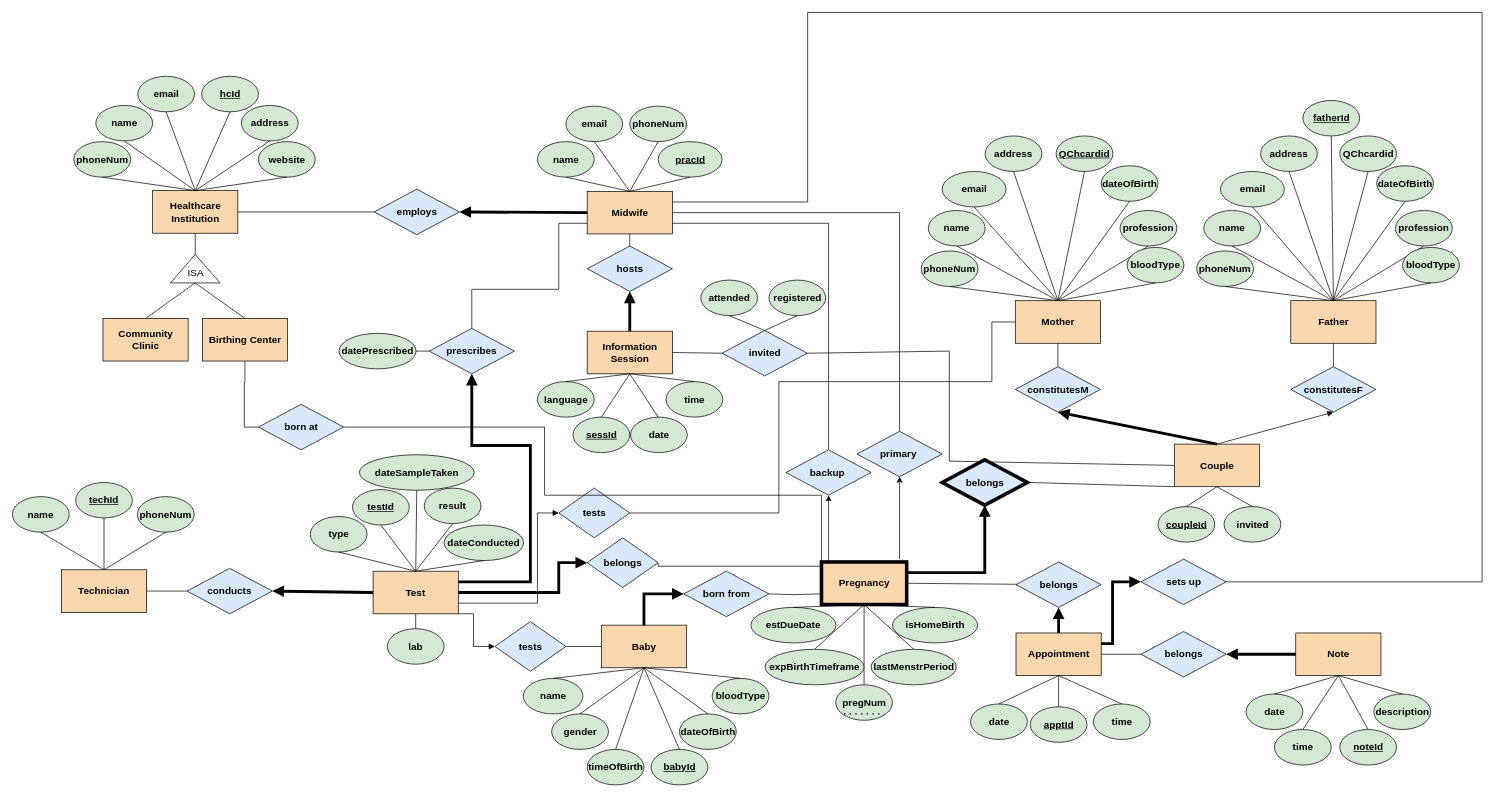
This is p1/ER.drawio from YazdanZ/McGill-COMP421-Project, a draw.io file, before an edit. Source tidied: cells renumbered, new cells numbered last; positions are measured from the earlier drawing's top-left corner, leaving out a move shared by most shapes. Both pictures are drawn from the tidied source at 71%, with x=0, y=0 at pixel (12, 12).
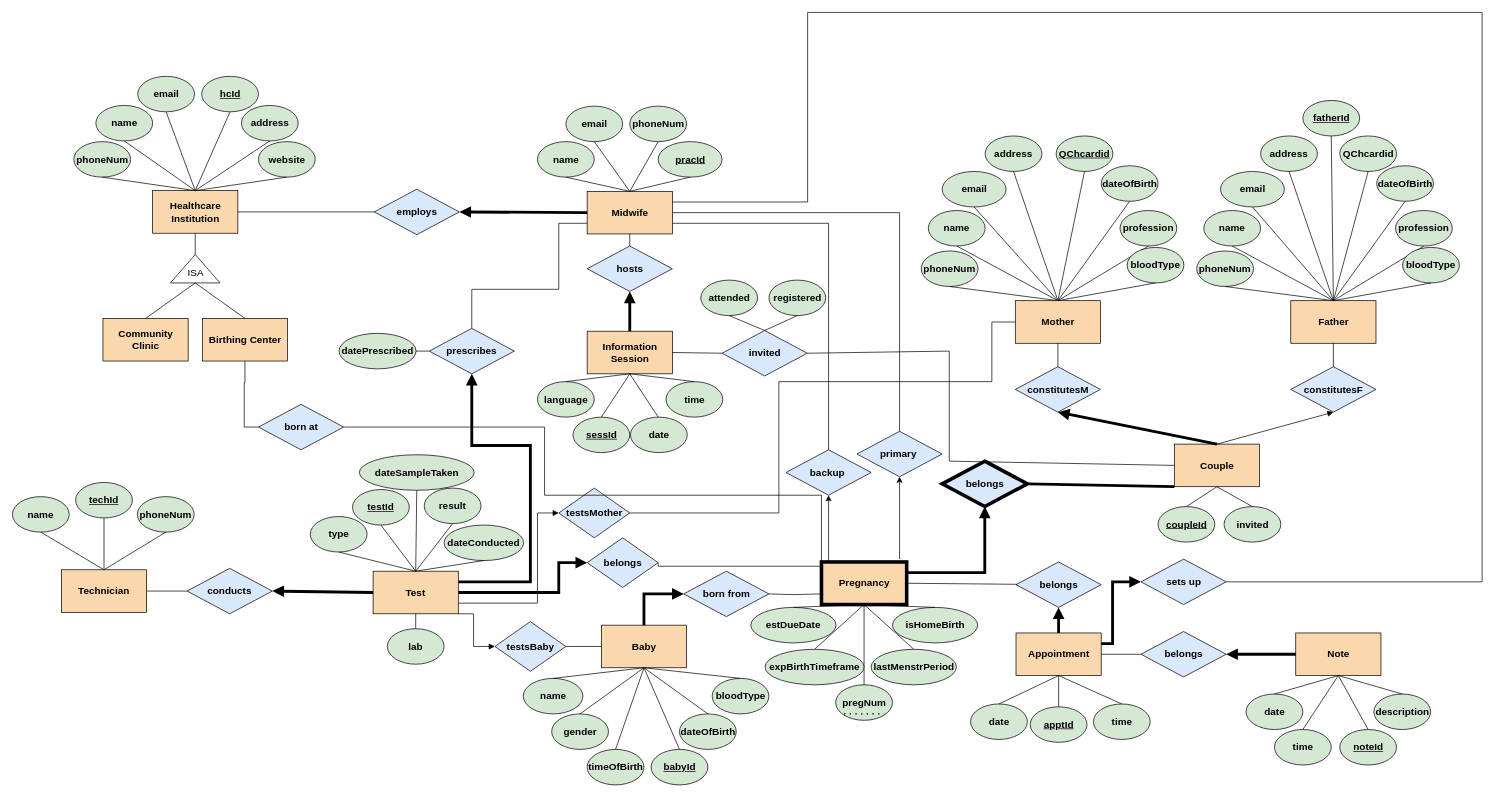
Above is the later version.

Unchanged cells that the change refers to:
```xml
<mxCell id="98" value="&lt;font style=&quot;font-size: 14px&quot;&gt;&lt;b&gt;Couple&lt;/b&gt;&lt;/font&gt;" style="rounded=0;whiteSpace=wrap;html=1;fillColor=#fad7ac;strokeColor=#000000;" parent="1" vertex="1">
  <mxGeometry x="1636.5" y="608" width="120" height="60" as="geometry" />
</mxCell>
```

The edit, as a diff of the source:
```diff
@@
     <mxCell id="105" value="&lt;b&gt;belongs&lt;/b&gt;" style="rhombus;whiteSpace=wrap;html=1;fontSize=14;strokeColor=#000000;fillColor=#dae8fc;strokeWidth=5;" parent="1" vertex="1">
-      <mxGeometry x="1309.5" y="630" width="120" height="64" as="geometry" />
+      <mxGeometry x="1309.5" y="632" width="120" height="64" as="geometry" />
     </mxCell>
@@
-    <mxCell id="107" style="endArrow=none;html=1;rounded=0;fontSize=14;exitX=1;exitY=0.5;exitDx=0;exitDy=0;entryX=0;entryY=1;entryDx=0;entryDy=0;" parent="1" edge="1" source="105" target="98">
+    <mxCell id="107" style="endArrow=none;html=1;rounded=0;fontSize=14;exitX=1;exitY=0.5;exitDx=0;exitDy=0;entryX=0;entryY=1;entryDx=0;entryDy=0;strokeWidth=4;" parent="1" edge="1" source="105" target="98">
       <mxGeometry relative="1" as="geometry" />
     </mxCell>
@@
-    <mxCell id="171" value="&lt;b&gt;tests&lt;/b&gt;" style="rhombus;whiteSpace=wrap;html=1;fontSize=14;strokeColor=#000000;fillColor=#dae8fc;" parent="1" vertex="1">
+    <mxCell id="171" value="&lt;b&gt;testsBaby&lt;/b&gt;" style="rhombus;whiteSpace=wrap;html=1;fontSize=14;strokeColor=#000000;fillColor=#dae8fc;" parent="1" vertex="1">
       <mxGeometry x="679.5" y="858" width="100" height="70" as="geometry" />
     </mxCell>
@@
-    <mxCell id="176" value="&lt;b&gt;tests&lt;/b&gt;" style="rhombus;whiteSpace=wrap;html=1;fontSize=14;strokeColor=#000000;fillColor=#dae8fc;" parent="1" vertex="1">
+    <mxCell id="176" value="&lt;b&gt;testsMother&lt;/b&gt;" style="rhombus;whiteSpace=wrap;html=1;fontSize=14;strokeColor=#000000;fillColor=#dae8fc;" parent="1" vertex="1">
       <mxGeometry x="769.5" y="670" width="100" height="70" as="geometry" />
     </mxCell>
```
